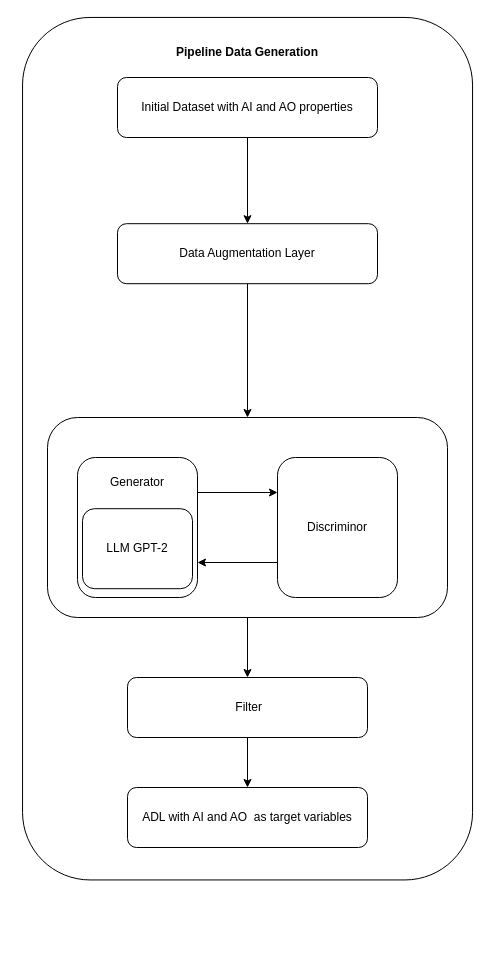
Above: Images/Pipeline_data_generation.drawio in qvelard/BiomolGeneration (draw.io), before the change. Source tidied: cells renumbered, new cells numbered last; positions are measured from the earlier drawing's top-left corner, leaving out a move shared by most shapes. Both pictures are drawn from the tidied source at 100%, with x=0, y=0 at pixel (-184, 37).
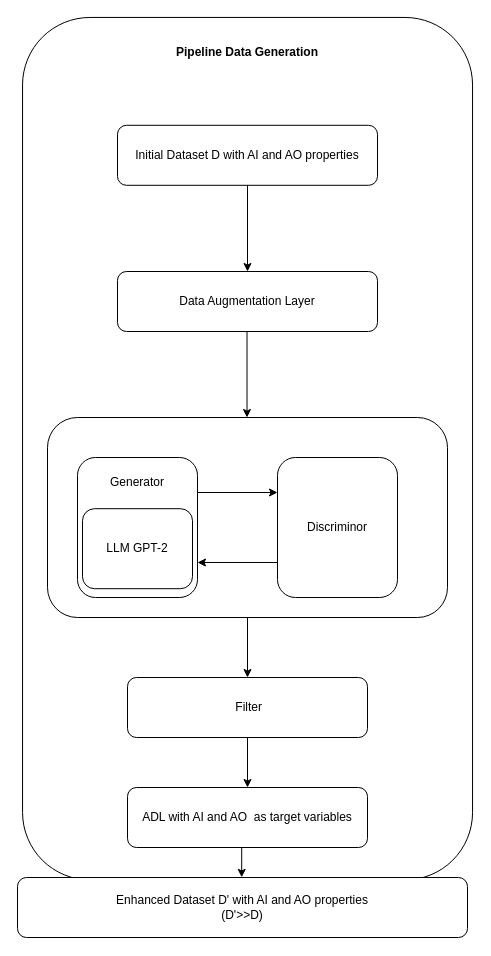
The same page after the edit.

Unchanged cells that the change refers to:
```xml
<mxCell id="2" style="rounded=1;whiteSpace=wrap;html=1;fillColor=#FFFFFF;rotation=90;" parent="1" vertex="1">
  <mxGeometry x="-0.2" y="186.2" width="862.5" height="450" as="geometry" />
</mxCell>
<mxCell id="6" style="rounded=1;whiteSpace=wrap;html=1;" parent="1" vertex="1">
  <mxGeometry x="231" y="380" width="400" height="200" as="geometry" />
</mxCell>
<mxCell id="8" value="ADL with AI and AO&amp;nbsp; as target variables" style="rounded=1;whiteSpace=wrap;html=1;" parent="1" vertex="1">
  <mxGeometry x="311" y="750" width="240" height="60" as="geometry" />
</mxCell>
```

The edit, as a diff of the source:
```diff
@@
-    <mxCell id="4" value="Initial Dataset with AI and AO properties" style="rounded=1;whiteSpace=wrap;html=1;" parent="1" vertex="1">
-      <mxGeometry x="301" y="40" width="260" height="60" as="geometry" />
+    <mxCell id="4" value="Initial Dataset D with AI and AO properties" style="rounded=1;whiteSpace=wrap;html=1;" parent="1" vertex="1">
+      <mxGeometry x="301" y="87.8" width="260" height="60" as="geometry" />
     </mxCell>
@@
-    <mxCell id="17" style="edgeStyle=orthogonalEdgeStyle;rounded=0;jettySize=auto;html=1;exitX=0.5;exitY=1;exitDx=0;exitDy=0;" parent="1" edge="1" source="18" target="6">
-      <mxGeometry relative="1" as="geometry" />
-    </mxCell>
     <mxCell id="18" value="Data Augmentation Layer" style="rounded=1;whiteSpace=wrap;html=1;" parent="1" vertex="1">
-      <mxGeometry x="301" y="186.2" width="260" height="60" as="geometry" />
+      <mxGeometry x="301" y="234" width="260" height="60" as="geometry" />
     </mxCell>
+    <mxCell id="19" style="edgeStyle=orthogonalEdgeStyle;rounded=0;orthogonalLoop=1;jettySize=auto;html=1;exitX=0.5;exitY=1;exitDx=0;exitDy=0;" parent="1" edge="1">
+      <mxGeometry relative="1" as="geometry">
+        <mxPoint x="430.5" y="294" as="sourcePoint" />
+        <mxPoint x="430.5" y="380" as="targetPoint" />
+      </mxGeometry>
+    </mxCell>
+    <mxCell id="20" style="edgeStyle=orthogonalEdgeStyle;rounded=0;jettySize=auto;html=1;exitX=0.5;exitY=1;exitDx=0;exitDy=0;entryX=0.997;entryY=0.513;entryDx=0;entryDy=0;entryPerimeter=0;" parent="1" edge="1" source="8" target="2">
+      <mxGeometry relative="1" as="geometry" />
+    </mxCell>
+    <mxCell id="21" value="Enhanced Dataset D' with AI and AO properties&lt;div&gt;(D'&amp;gt;&amp;gt;D)&lt;/div&gt;" style="rounded=1;whiteSpace=wrap;html=1;" parent="1" vertex="1">
+      <mxGeometry x="201" y="840" width="450" height="60" as="geometry" />
+    </mxCell>
```
